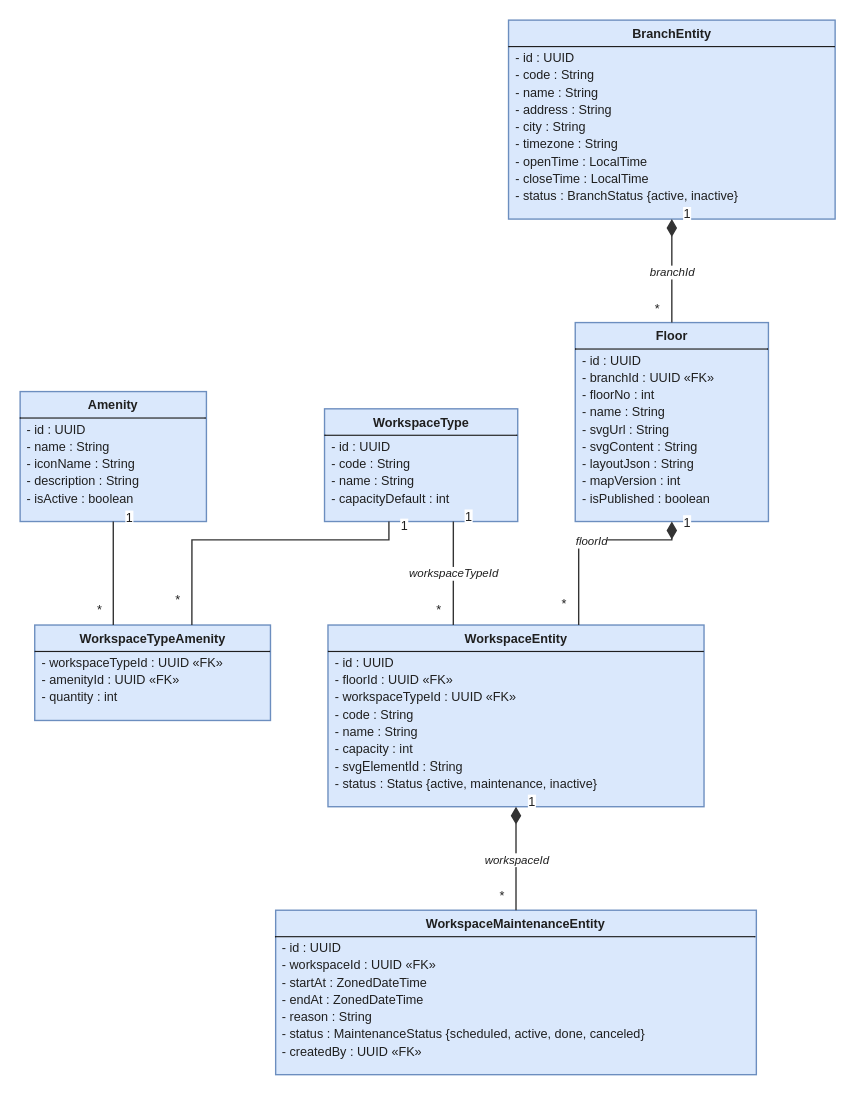
Above: page "Miền dữ liệu: không gian làm việc" (1 of 11) of report/Images/Chuong6/cospace-class.drawio in cospace-team/DATN_CoSpace (draw.io), before the change. Source tidied: cells renumbered, new cells numbered last; positions are measured from the earlier drawing's top-left corner, leaving out a move shared by most shapes. Both pictures are drawn from the tidied source at 115%, with x=0, y=0 at pixel (20, 20).
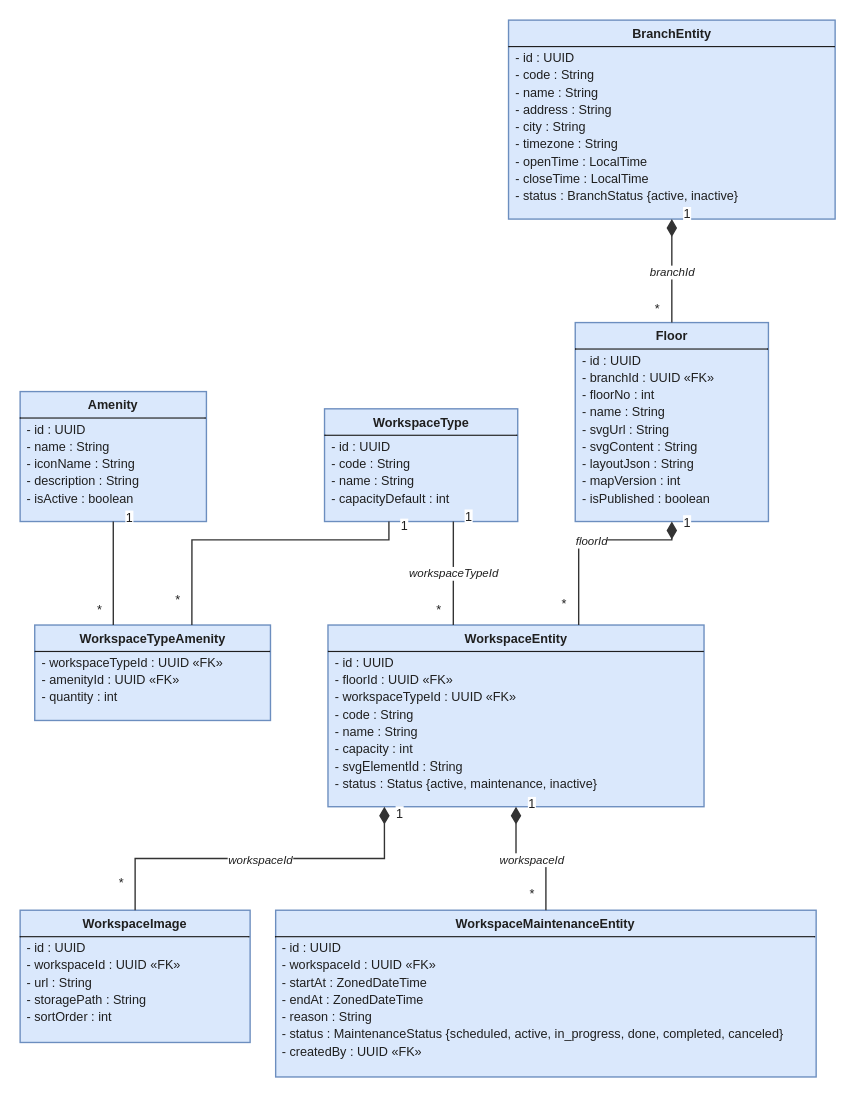
Above is the later version.

Unchanged cells that the change refers to:
```xml
<mxCell id="4" value="&lt;div style=&quot;text-align:center;line-height:16px;margin-top:4px;&quot;&gt;&lt;b&gt;WorkspaceEntity&lt;/b&gt;&lt;/div&gt;&lt;hr size=&quot;1&quot; style=&quot;border-style:solid;margin:3px 0 2px 0;&quot;/&gt;&lt;div style=&quot;text-align:left;line-height:15px;margin-left:6px;&quot;&gt;- id : UUID&lt;br&gt;- floorId : UUID «FK»&lt;br&gt;- workspaceTypeId : UUID «FK»&lt;br&gt;- code : String&lt;br&gt;- name : String&lt;br&gt;- capacity : int&lt;br&gt;- svgElementId : String&lt;br&gt;- status : Status {active, maintenance, inactive}&lt;/div&gt;" style="html=1;whiteSpace=wrap;overflow=fill;verticalAlign=top;align=left;fontSize=11;fontColor=#1f1f1f;fillColor=#dae8fc;strokeColor=#6c8ebf;strokeWidth=1.2;" parent="1" vertex="1">
  <mxGeometry x="267.7" y="526" width="327" height="158" as="geometry" />
</mxCell>
```

Change to the diagram source:
```diff
@@
-    <mxCell id="8" value="&lt;div style=&quot;text-align:center;line-height:16px;margin-top:4px;&quot;&gt;&lt;b&gt;WorkspaceMaintenanceEntity&lt;/b&gt;&lt;/div&gt;&lt;hr size=&quot;1&quot; style=&quot;border-style:solid;margin:3px 0 2px 0;&quot;/&gt;&lt;div style=&quot;text-align:left;line-height:15px;margin-left:6px;&quot;&gt;- id : UUID&lt;br&gt;- workspaceId : UUID «FK»&lt;br&gt;- startAt : ZonedDateTime&lt;br&gt;- endAt : ZonedDateTime&lt;br&gt;- reason : String&lt;br&gt;- status : MaintenanceStatus {scheduled, active, done, canceled}&lt;br&gt;- createdBy : UUID «FK»&lt;/div&gt;" style="html=1;whiteSpace=wrap;overflow=fill;verticalAlign=top;align=left;fontSize=11;fontColor=#1f1f1f;fillColor=#dae8fc;strokeColor=#6c8ebf;strokeWidth=1.2;" parent="1" vertex="1">
-      <mxGeometry x="222.2" y="774" width="418" height="143" as="geometry" />
+    <mxCell id="8" value="&lt;div style=&quot;text-align:center;line-height:16px;margin-top:4px;&quot;&gt;&lt;b&gt;WorkspaceMaintenanceEntity&lt;/b&gt;&lt;/div&gt;&lt;hr size=&quot;1&quot; style=&quot;border-style:solid;margin:3px 0 2px 0;&quot;/&gt;&lt;div style=&quot;text-align:left;line-height:15px;margin-left:6px;&quot;&gt;- id : UUID&lt;br&gt;- workspaceId : UUID «FK»&lt;br&gt;- startAt : ZonedDateTime&lt;br&gt;- endAt : ZonedDateTime&lt;br&gt;- reason : String&lt;br&gt;- status : MaintenanceStatus {scheduled, active, in_progress, done, completed, canceled}&lt;br&gt;- createdBy : UUID «FK»&lt;/div&gt;" style="html=1;whiteSpace=wrap;overflow=fill;verticalAlign=top;align=left;fontSize=11;fontColor=#1f1f1f;fillColor=#dae8fc;strokeColor=#6c8ebf;strokeWidth=1.2;" parent="1" vertex="1">
+      <mxGeometry x="222.2" y="774" width="470" height="145" as="geometry" />
     </mxCell>
@@
+    <mxCell id="31" value="&lt;div style=&quot;text-align:center;line-height:16px;margin-top:4px;&quot;&gt;&lt;b&gt;WorkspaceImage&lt;/b&gt;&lt;/div&gt;&lt;hr size=&quot;1&quot; style=&quot;border-style:solid;margin:3px 0 2px 0;&quot;/&gt;&lt;div style=&quot;text-align:left;line-height:15px;margin-left:6px;&quot;&gt;- id : UUID&lt;br&gt;- workspaceId : UUID «FK»&lt;br&gt;- url : String&lt;br&gt;- storagePath : String&lt;br&gt;- sortOrder : int&lt;/div&gt;" style="html=1;whiteSpace=wrap;overflow=fill;verticalAlign=top;align=left;fontSize=11;fontColor=#1f1f1f;fillColor=#dae8fc;strokeColor=#6c8ebf;strokeWidth=1.2;" parent="1" vertex="1">
+      <mxGeometry y="774" width="200" height="115" as="geometry" />
+    </mxCell>
+    <mxCell id="32" style="rounded=0;html=1;strokeColor=#333333;strokeWidth=1.2;jettySize=auto;edgeStyle=orthogonalEdgeStyle;startArrow=diamondThin;startFill=1;startSize=12;endArrow=none;exitX=0.15;exitY=1;exitDx=0;exitDy=0;entryX=0.5;entryY=0;entryDx=0;entryDy=0;" parent="1" edge="1" source="4" target="31">
+      <mxGeometry relative="1" as="geometry">
+        <Array as="points">
+          <mxPoint x="317.1" y="729" />
+          <mxPoint x="100" y="729" />
+        </Array>
+      </mxGeometry>
+    </mxCell>
+    <mxCell id="33" value="1" style="edgeLabel;html=1;align=center;verticalAlign=middle;fontSize=11;labelBackgroundColor=#ffffff;fontColor=#1f1f1f;" parent="32" vertex="1">
+      <mxGeometry x="-0.9" relative="1" as="geometry">
+        <mxPoint x="13" y="-9" as="offset" />
+      </mxGeometry>
+    </mxCell>
+    <mxCell id="34" value="*" style="edgeLabel;html=1;align=center;verticalAlign=middle;fontSize=11;labelBackgroundColor=#ffffff;fontColor=#1f1f1f;" parent="32" vertex="1">
+      <mxGeometry x="0.9" relative="1" as="geometry">
+        <mxPoint x="-13" y="-9" as="offset" />
+      </mxGeometry>
+    </mxCell>
+    <mxCell id="35" value="workspaceId" style="edgeLabel;html=1;align=center;verticalAlign=middle;fontSize=11;labelBackgroundColor=#ffffff;fontColor=#1f1f1f;fontStyle=2;fontSize=10;" parent="32" vertex="1">
+      <mxGeometry relative="1" as="geometry" />
+    </mxCell>
```
